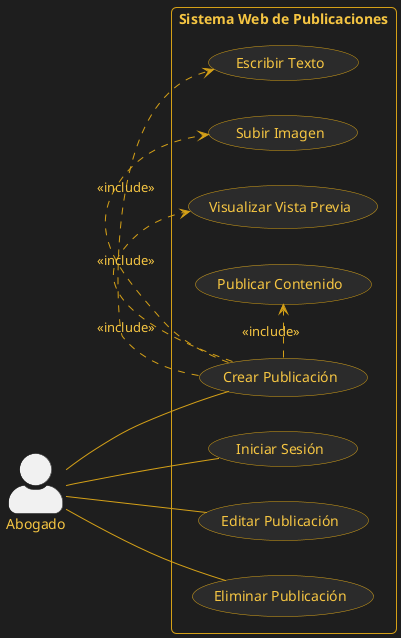
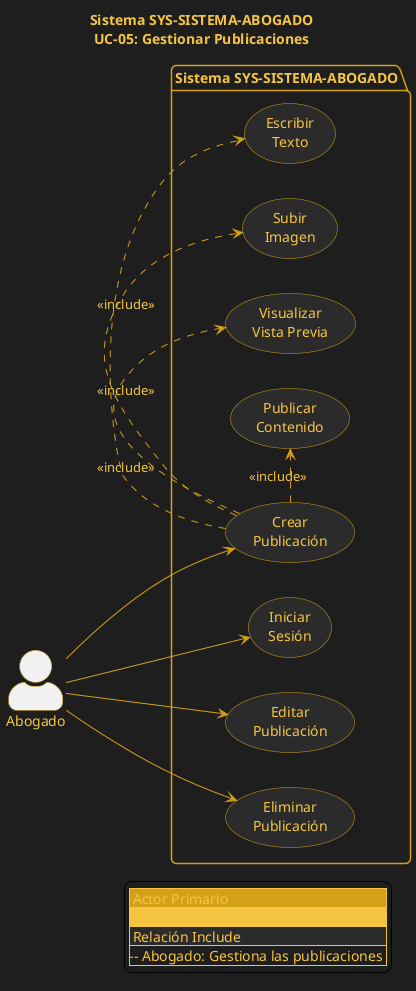
- @startuml
+ @startuml Modulo_05_Publicaciones
+ title Sistema SYS-SISTEMA-ABOGADO\nUC-05: Gestionar Publicaciones
+ 
+ left to right direction

skinparam backgroundColor #1E1E1E
skinparam packageStyle folder
skinparam shadowing false
skinparam actorStyle awesome

skinparam package {
    BackgroundColor #1E1E1E
    BorderColor #D4A017
+     RoundColor #D4A017
    RoundCorner 10
}

skinparam usecase {
    BackgroundColor #2B2B2B
    BorderColor #D4A017
    FontColor #F5C542
    ArrowColor #D4A017
}

- skinparam rectangle {
-     BackgroundColor #1E1E1E
+ skinparam actor {
+     FontColor #F5C542
    BorderColor #D4A017
-     RoundCorner 10
}

skinparam ArrowColor #D4A017
skinparam defaultFontColor #F5C542

- left to right direction
+ actor "Abogado" as A

- actor Abogado
+ package "Sistema SYS-SISTEMA-ABOGADO" {

- rectangle "Sistema Web de Publicaciones" {
- 
-   usecase "Iniciar Sesión" as UC1
-   usecase "Crear Publicación" as UC2
-   usecase "Escribir Texto" as UC3
-   usecase "Subir Imagen" as UC4
-   usecase "Visualizar Vista Previa" as UC5
-   usecase "Publicar Contenido" as UC6
-   usecase "Editar Publicación" as UC7
-   usecase "Eliminar Publicación" as UC8
+     usecase "Iniciar\nSesión" as UC1
+     usecase "Crear\nPublicación" as UC2
+     usecase "Escribir\nTexto" as UC3
+     usecase "Subir\nImagen" as UC4
+     usecase "Visualizar\nVista Previa" as UC5
+     usecase "Publicar\nContenido" as UC6
+     usecase "Editar\nPublicación" as UC7
+     usecase "Eliminar\nPublicación" as UC8

}

- Abogado -- UC1
- Abogado -- UC2
- Abogado -- UC7
- Abogado -- UC8
+ A --> UC1
+ A --> UC2
+ A --> UC7
+ A --> UC8

UC2 .> UC3 : <<include>>
UC2 .> UC4 : <<include>>
UC2 .> UC5 : <<include>>
UC2 .> UC6 : <<include>>

- @enduml@startuml Modulo_06_Gestionar_Perfil
-        title Sistema SYS-SISTEMA-ABOGADO\nUC-06: Gestionar Perfil
+ legend right
+   |<#D4A017> Actor Primario |
+   |<#F5C542> Casos de Uso |
+   |<#2B2B2B> Relación Include |
+   |-- Abogado: Gestiona las publicaciones |
+ endlegend

-        left to right direction
- 
-        skinparam backgroundColor #1E1E1E
-        skinparam packageStyle folder
-        skinparam shadowing false
-        skinparam actorStyle awesome
- 
-        skinparam package {
-            BackgroundColor #1E1E1E
-            BorderColor #D4A017
-            RoundColor #D4A017
-            RoundCorner 10
-        }
- 
-        skinparam usecase {
-            BackgroundColor #2B2B2B
-            BorderColor #D4A017
-            FontColor #F5C542
-            ArrowColor #D4A017
-        }
- 
-        skinparam actor {
-            FontColor #F5C542
-            BorderColor #D4A017
-        }
- 
-        skinparam ArrowColor #D4A017
-        skinparam defaultFontColor #F5C542
- 
-        actor "Cliente" as C
-        actor "Administrador" as A
- 
-        package "Sistema SYS-SISTEMA-ABOGADO" {
- 
-            usecase "Visualizar\n perfil" as UC1
-            usecase "Editar datos\n personales" as UC2
-            usecase "Cambiar\n contraseña" as UC3
-            usecase "Actualizar\n fotografía" as UC4
-            usecase "Validar\n información" as UC5
-            usecase "Administrar\n usuarios" as UC6
- 
-        }
- 
-        C --> UC1
-        C --> UC2
-        C --> UC3
-        C --> UC4
- 
-        A --> UC6
- 
-        UC2 .> UC5 : <<include>>
-        UC3 .> UC5 : <<include>>
-        UC4 .> UC5 : <<include>>
- 
-        legend right
-          |<#D4A017> Actor Primario |
-          |<#F5C542> Casos de Uso |
-          |<#2B2B2B> Relación Include |
-          |-- Cliente: Usuario del sistema |
-          |-- Administrador: Gestor del sistema |
-        endlegend
- 
-        @enduml+ @enduml